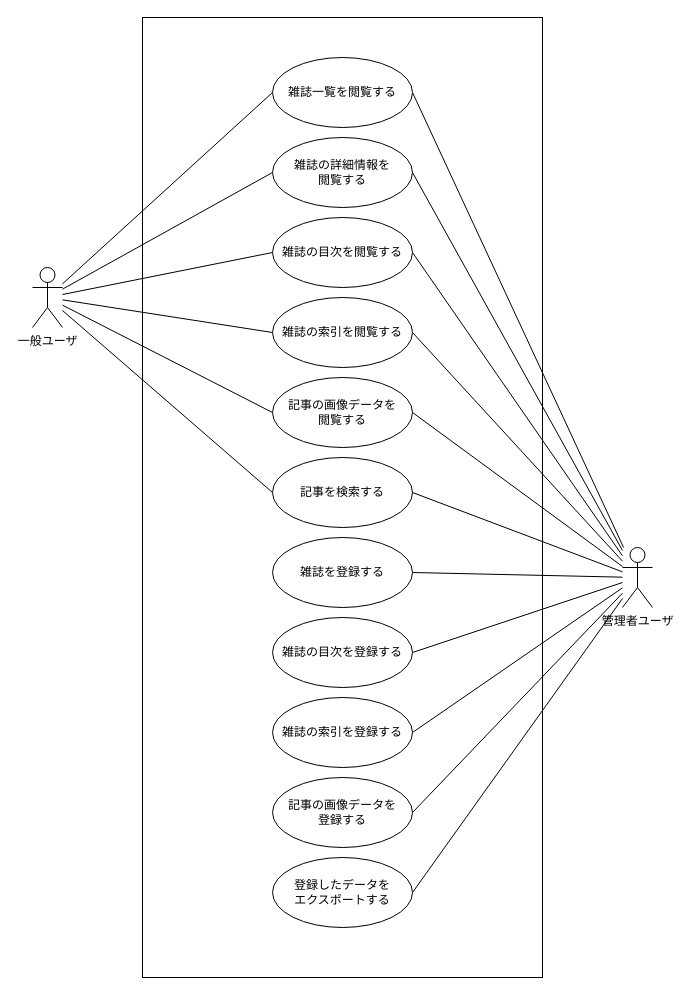
The draw.io diagram doc/usecase.drawio in tenohira-xyz/MagazineManager, before the edit. Source tidied: cells renumbered, new cells numbered last; positions are measured from the earlier drawing's top-left corner, leaving out a move shared by most shapes. Both pictures are drawn from the tidied source at 100%, with x=0, y=0 at pixel (32, 17).
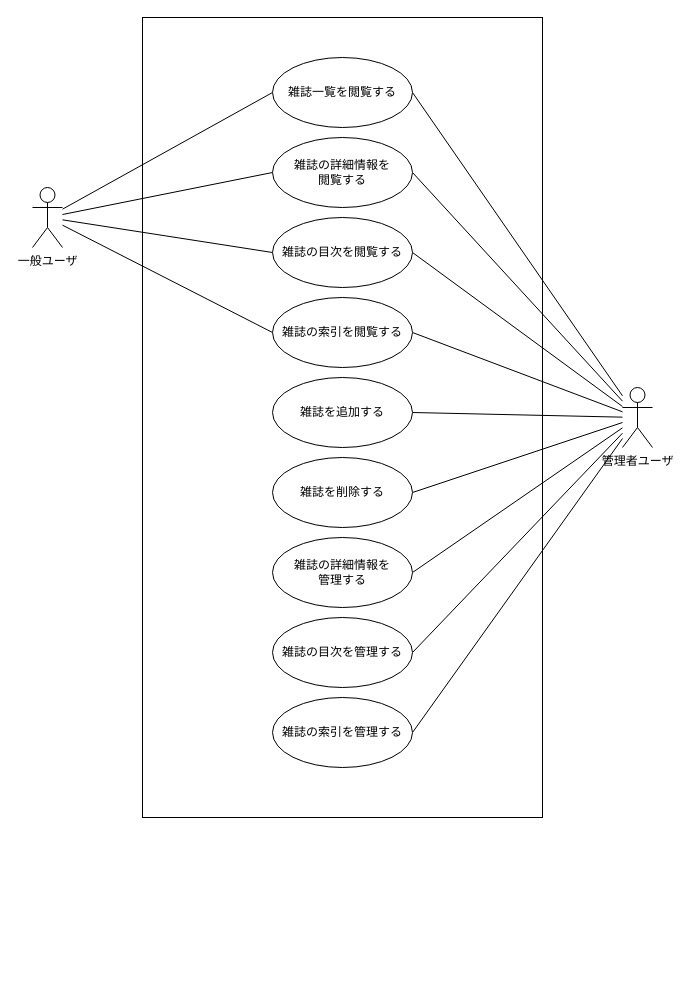
The same diagram, later.

Change to the diagram source:
```diff
@@
     <mxCell id="2" style="rounded=0;whiteSpace=wrap;html=1;" parent="1" vertex="1">
-      <mxGeometry x="110" width="400" height="960" as="geometry" />
+      <mxGeometry x="110" width="400" height="800" as="geometry" />
     </mxCell>
@@
-    <mxCell id="5" style="edgeStyle=none;rounded=0;jettySize=auto;html=1;entryX=0;entryY=0.5;entryDx=0;entryDy=0;endArrow=none;endFill=0;" parent="1" edge="1" source="9" target="24">
-      <mxGeometry relative="1" as="geometry" />
-    </mxCell>
-    <mxCell id="6" style="edgeStyle=none;rounded=0;jettySize=auto;html=1;entryX=0;entryY=0.5;entryDx=0;entryDy=0;endArrow=none;endFill=0;" parent="1" edge="1" source="9" target="25">
-      <mxGeometry relative="1" as="geometry" />
-    </mxCell>
@@
     <mxCell id="9" value="一般ユーザ" style="shape=umlActor;verticalLabelPosition=bottom;verticalAlign=top;html=1;" parent="1" vertex="1">
-      <mxGeometry y="250" width="30" height="60" as="geometry" />
+      <mxGeometry y="170" width="30" height="60" as="geometry" />
     </mxCell>
@@
-    <mxCell id="12" style="edgeStyle=none;rounded=0;jettySize=auto;html=1;entryX=1;entryY=0.5;entryDx=0;entryDy=0;endArrow=none;endFill=0;" parent="1" edge="1" source="21" target="24">
-      <mxGeometry relative="1" as="geometry" />
-    </mxCell>
-    <mxCell id="13" style="edgeStyle=none;rounded=0;jettySize=auto;html=1;entryX=1;entryY=0.5;entryDx=0;entryDy=0;endArrow=none;endFill=0;" parent="1" edge="1" source="21" target="25">
-      <mxGeometry relative="1" as="geometry" />
-    </mxCell>
@@
-    <mxCell id="17" style="edgeStyle=none;rounded=0;jettySize=auto;html=1;entryX=1;entryY=0.5;entryDx=0;entryDy=0;endArrow=none;endFill=0;" parent="1" edge="1" source="21" target="29">
-      <mxGeometry relative="1" as="geometry" />
-    </mxCell>
@@
-    <mxCell id="20" style="edgeStyle=none;rounded=0;jettySize=auto;html=1;entryX=1;entryY=0.5;entryDx=0;entryDy=0;endArrow=none;endFill=0;" parent="1" edge="1" source="21" target="32">
-      <mxGeometry relative="1" as="geometry" />
-    </mxCell>
+    <mxCell id="33" style="rounded=0;jettySize=auto;html=1;entryX=1;entryY=0.5;entryDx=0;entryDy=0;endArrow=none;endFill=0;" parent="1" edge="1" source="21" target="35">
+      <mxGeometry relative="1" as="geometry" />
+    </mxCell>
+    <mxCell id="34" style="edgeStyle=none;rounded=0;jettySize=auto;html=1;entryX=1;entryY=0.5;entryDx=0;entryDy=0;endArrow=none;endFill=0;" parent="1" edge="1" source="21" target="36">
+      <mxGeometry relative="1" as="geometry" />
+    </mxCell>
     <mxCell id="21" value="管理者ユーザ" style="shape=umlActor;verticalLabelPosition=bottom;verticalAlign=top;html=1;" parent="1" vertex="1">
-      <mxGeometry x="590" y="530" width="30" height="60" as="geometry" />
+      <mxGeometry x="590" y="370" width="30" height="60" as="geometry" />
     </mxCell>
@@
-    <mxCell id="24" value="記事の画像データを&lt;br&gt;閲覧する" style="ellipse;whiteSpace=wrap;html=1;" parent="1" vertex="1">
-      <mxGeometry x="240" y="360" width="140" height="70" as="geometry" />
-    </mxCell>
-    <mxCell id="25" value="記事を検索する" style="ellipse;whiteSpace=wrap;html=1;" parent="1" vertex="1">
-      <mxGeometry x="240" y="440" width="140" height="70" as="geometry" />
-    </mxCell>
-    <mxCell id="26" value="雑誌を登録する" style="ellipse;whiteSpace=wrap;html=1;" parent="1" vertex="1">
+    <mxCell id="26" value="雑誌の詳細情報を&lt;br&gt;管理する" style="ellipse;whiteSpace=wrap;html=1;" parent="1" vertex="1">
       <mxGeometry x="240" y="520" width="140" height="70" as="geometry" />
     </mxCell>
-    <mxCell id="27" value="雑誌の目次を登録する" style="ellipse;whiteSpace=wrap;html=1;" parent="1" vertex="1">
+    <mxCell id="27" value="雑誌の目次を管理する" style="ellipse;whiteSpace=wrap;html=1;" parent="1" vertex="1">
       <mxGeometry x="240" y="600" width="140" height="70" as="geometry" />
     </mxCell>
-    <mxCell id="28" value="雑誌の索引を登録する" style="ellipse;whiteSpace=wrap;html=1;" parent="1" vertex="1">
+    <mxCell id="28" value="雑誌の索引を管理する" style="ellipse;whiteSpace=wrap;html=1;" parent="1" vertex="1">
       <mxGeometry x="240" y="680" width="140" height="70" as="geometry" />
     </mxCell>
-    <mxCell id="29" value="登録したデータを&lt;br&gt;エクスポートする" style="ellipse;whiteSpace=wrap;html=1;" parent="1" vertex="1">
-      <mxGeometry x="240" y="840" width="140" height="70" as="geometry" />
-    </mxCell>
@@
-    <mxCell id="32" value="記事の画像データを&lt;br&gt;登録する" style="ellipse;whiteSpace=wrap;html=1;" parent="1" vertex="1">
-      <mxGeometry x="240" y="760" width="140" height="70" as="geometry" />
-    </mxCell>
+    <mxCell id="35" value="雑誌を追加する" style="ellipse;whiteSpace=wrap;html=1;" parent="1" vertex="1">
+      <mxGeometry x="240" y="360" width="140" height="70" as="geometry" />
+    </mxCell>
+    <mxCell id="36" value="雑誌を削除する" style="ellipse;whiteSpace=wrap;html=1;" parent="1" vertex="1">
+      <mxGeometry x="240" y="440" width="140" height="70" as="geometry" />
+    </mxCell>
```
